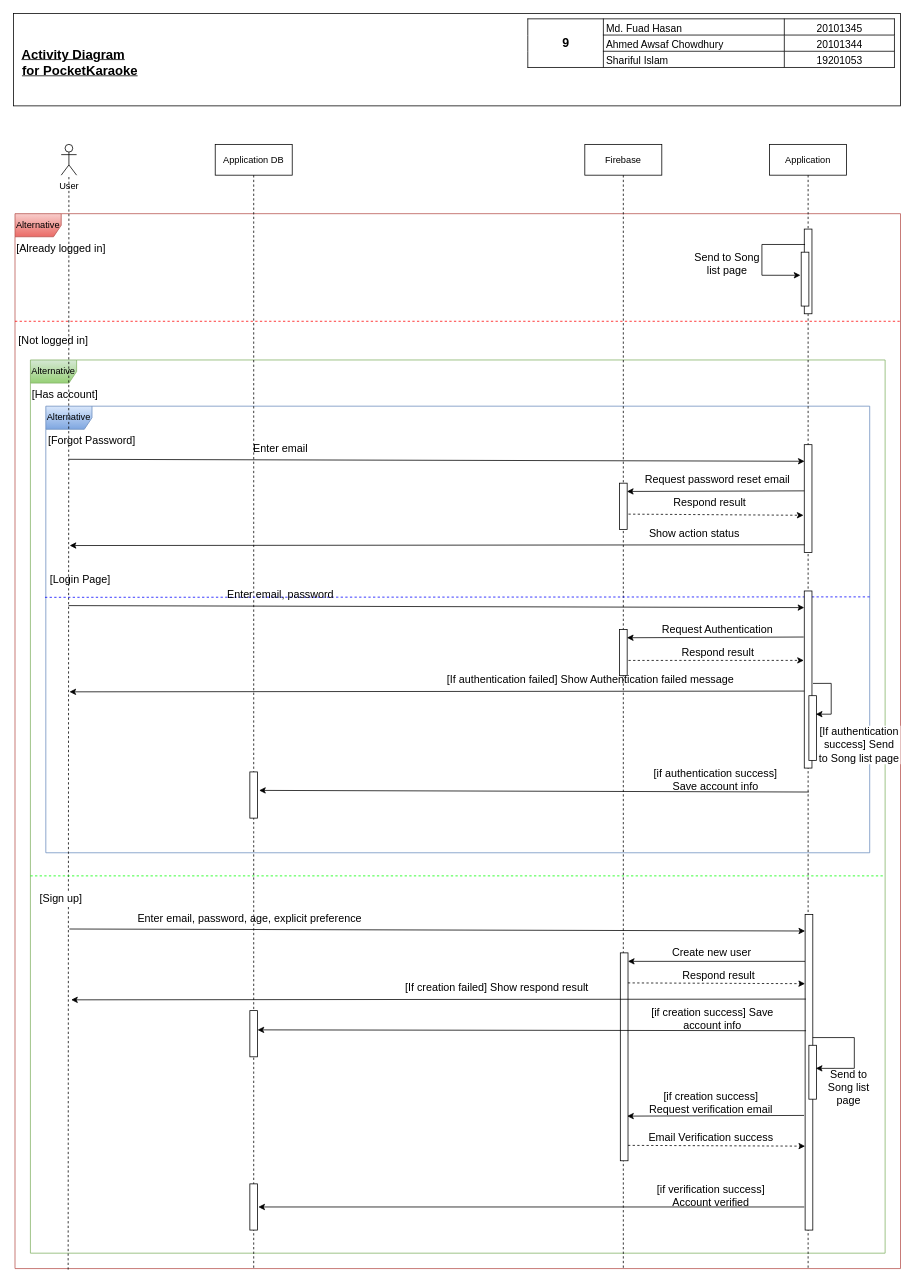
Above: page "Page-1" (1 of 4) of System Analysis/PocketKaraoke Sequence Diagram.drawio in FuSan21/PocketKaraoke (draw.io), before the change. Source tidied: cells renumbered, new cells numbered last; positions are measured from the earlier drawing's top-left corner, leaving out a move shared by most shapes. Both pictures are drawn from the tidied source at 77%, with x=0, y=0 at pixel (13, 13).
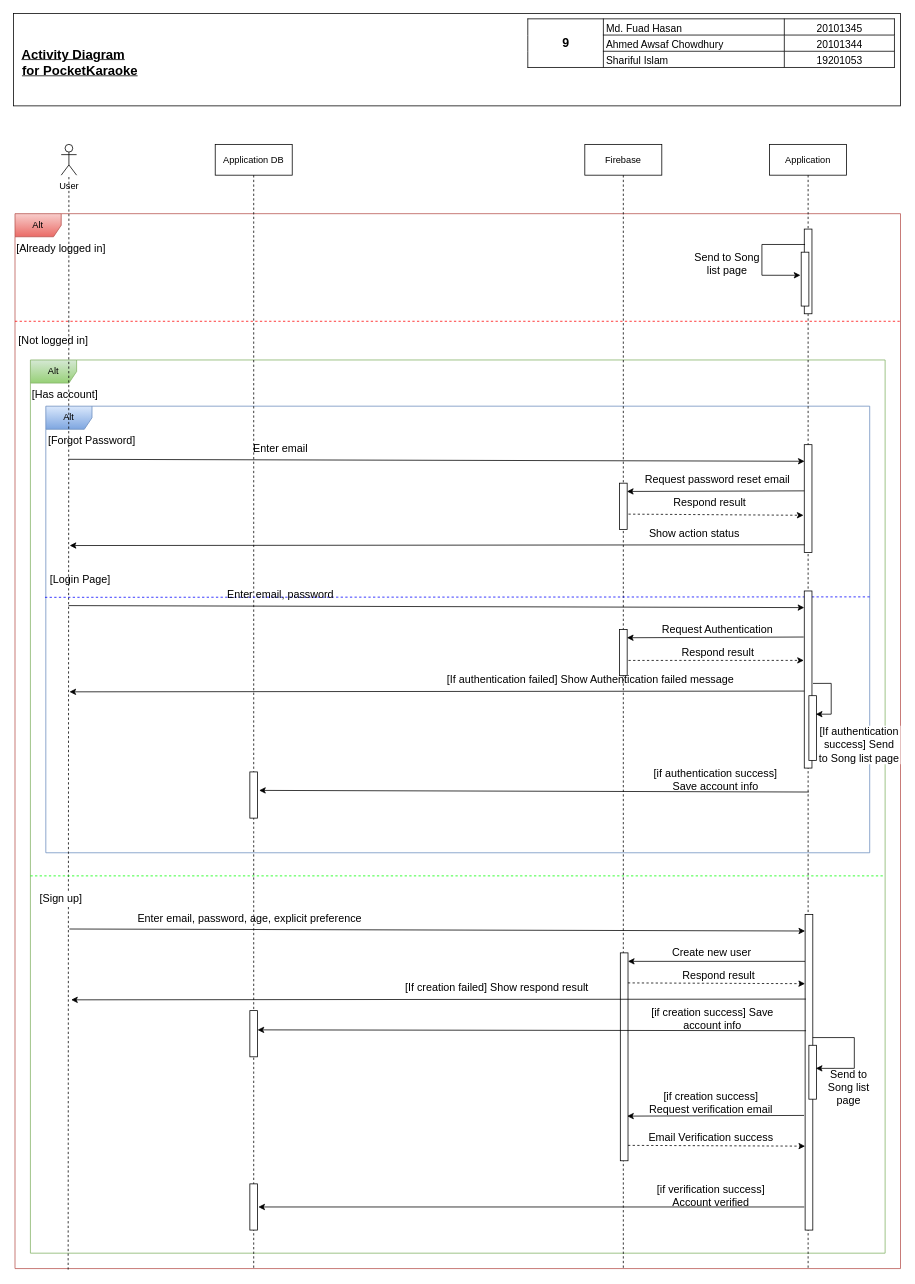
The same diagram, later.

What changed in the source:
```diff
@@
-    <mxCell id="2" value="Alternative" style="shape=umlFrame;whiteSpace=wrap;html=1;strokeColor=#b85450;fillColor=#f8cecc;gradientColor=#ea6b66;" parent="1" vertex="1">
+    <mxCell id="2" value="Alt" style="shape=umlFrame;whiteSpace=wrap;html=1;strokeColor=#b85450;fillColor=#f8cecc;gradientColor=#ea6b66;" parent="1" vertex="1">
       <mxGeometry x="2" y="260" width="1150" height="1370" as="geometry" />
     </mxCell>
-    <mxCell id="3" value="Alternative" style="shape=umlFrame;whiteSpace=wrap;html=1;strokeColor=#82b366;fillColor=#d5e8d4;gradientColor=#97d077;" parent="1" vertex="1">
+    <mxCell id="3" value="Alt" style="shape=umlFrame;whiteSpace=wrap;html=1;strokeColor=#82b366;fillColor=#d5e8d4;gradientColor=#97d077;" parent="1" vertex="1">
       <mxGeometry x="22" y="450" width="1110" height="1160" as="geometry" />
     </mxCell>
-    <mxCell id="4" value="Alternative" style="shape=umlFrame;whiteSpace=wrap;html=1;strokeColor=#6c8ebf;fillColor=#dae8fc;gradientColor=#7ea6e0;" parent="1" vertex="1">
+    <mxCell id="4" value="Alt" style="shape=umlFrame;whiteSpace=wrap;html=1;strokeColor=#6c8ebf;fillColor=#dae8fc;gradientColor=#7ea6e0;" parent="1" vertex="1">
       <mxGeometry x="42" y="510" width="1070" height="580" as="geometry" />
     </mxCell>
```
